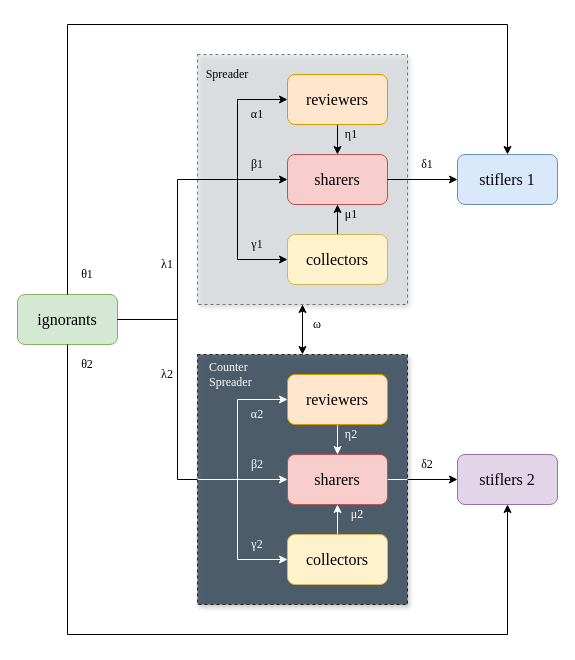
The draw.io diagram src/cms.drawio in CharmonyShen/text-to-speech, before the edit. Source tidied: cells renumbered, new cells numbered last; positions are measured from the earlier drawing's top-left corner, leaving out a move shared by most shapes. Both pictures are drawn from the tidied source at 100%, with x=0, y=0 at pixel (17, 24).
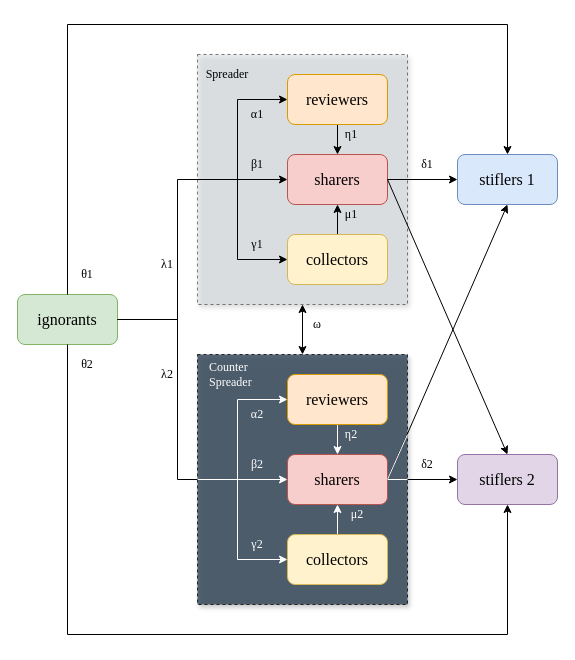
Above is the later version.

The change refers to these unchanged cells:
```xml
<mxCell id="7" value="&lt;font face=&quot;Times New Roman&quot; size=&quot;3&quot;&gt;sharers&lt;br&gt;&lt;/font&gt;" style="rounded=1;whiteSpace=wrap;html=1;fillColor=#f8cecc;strokeColor=#b85450;" parent="1" vertex="1">
  <mxGeometry x="270" y="130" width="100" height="50" as="geometry" />
</mxCell>
<mxCell id="18" value="&lt;font face=&quot;Times New Roman&quot; size=&quot;3&quot;&gt;sharers&lt;br&gt;&lt;/font&gt;" style="rounded=1;whiteSpace=wrap;html=1;fillColor=#f8cecc;strokeColor=#b85450;" parent="1" vertex="1">
  <mxGeometry x="270" y="430" width="100" height="50" as="geometry" />
</mxCell>
<mxCell id="25" value="&lt;font face=&quot;Times New Roman&quot; style=&quot;font-size: 16px&quot;&gt;stiflers 1&lt;/font&gt;" style="rounded=1;whiteSpace=wrap;html=1;fillColor=#dae8fc;strokeColor=#6c8ebf;" parent="1" vertex="1">
  <mxGeometry x="440" y="130" width="100" height="50" as="geometry" />
</mxCell>
<mxCell id="26" value="&lt;font face=&quot;Times New Roman&quot; style=&quot;font-size: 16px&quot;&gt;stiflers 2&lt;/font&gt;" style="rounded=1;whiteSpace=wrap;html=1;fillColor=#e1d5e7;strokeColor=#9673a6;" parent="1" vertex="1">
  <mxGeometry x="440" y="430" width="100" height="50" as="geometry" />
</mxCell>
```

The edit, as a diff of the source:
```diff
@@
+    <mxCell id="51" style="endArrow=classic;html=1;labelBackgroundColor=#FFFFFF;fontFamily=Times New Roman;fontColor=#FFFFFF;strokeColor=#000000;entryX=0.5;entryY=1;entryDx=0;entryDy=0;exitX=1;exitY=0.5;exitDx=0;exitDy=0;" parent="1" edge="1" source="18" target="25">
+      <mxGeometry relative="1" as="geometry" />
+    </mxCell>
+    <mxCell id="52" style="endArrow=classic;html=1;labelBackgroundColor=#FFFFFF;fontFamily=Times New Roman;fontColor=#FFFFFF;strokeColor=#000000;entryX=0.5;entryY=0;entryDx=0;entryDy=0;exitX=1;exitY=0.5;exitDx=0;exitDy=0;" parent="1" edge="1" source="7" target="26">
+      <mxGeometry relative="1" as="geometry" />
+    </mxCell>
+    <mxCell id="53" style="endArrow=none;html=1;labelBackgroundColor=#FFFFFF;fontFamily=Times New Roman;fontColor=#FFFFFF;strokeColor=#FFFFFF;exitX=1;exitY=0.5;exitDx=0;exitDy=0;" parent="1" edge="1" source="18">
+      <mxGeometry relative="1" as="geometry">
+        <mxPoint x="390" y="410" as="targetPoint" />
+      </mxGeometry>
+    </mxCell>
```
